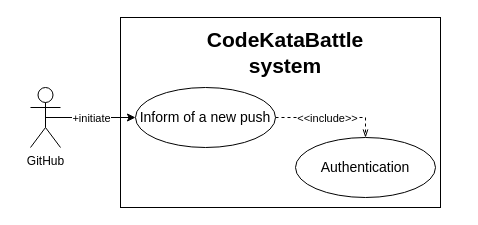
francescospangaro/SpangaroTosettiRiccardi keeps this draw.io diagram as RASDwip/ExtraFiles/Drawio/Case/CaseDiagramGitHub.drawio. Above is the earlier version. Source tidied: cells renumbered, new cells numbered last; positions are measured from the earlier drawing's top-left corner, leaving out a move shared by most shapes. Both pictures are drawn from the tidied source at 100%, with x=0, y=0 at pixel (30, 17).
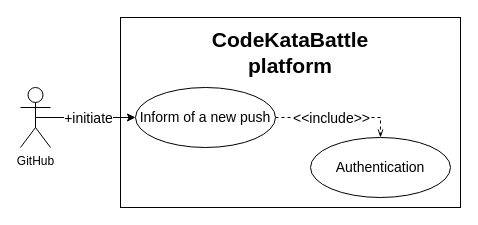
Above is the later version.

The edit, as a diff of the source:
```diff
@@
 <mxGraphModel>
   <root>
     <mxCell id="0" />
     <mxCell id="1" parent="0" />
     <mxCell id="2" style="rounded=0;whiteSpace=wrap;html=1;" parent="1" vertex="1">
-      <mxGeometry x="90" width="320" height="190" as="geometry" />
+      <mxGeometry x="90" width="340" height="190" as="geometry" />
     </mxCell>
-    <mxCell id="3" value="CodeKataBattle system" style="text;html=1;strokeColor=none;fillColor=none;align=center;verticalAlign=middle;whiteSpace=wrap;rounded=0;fontSize=21;fontStyle=1;" parent="1" vertex="1">
-      <mxGeometry x="225" y="20" width="60" height="30" as="geometry" />
+    <mxCell id="3" value="CodeKataBattle platform" style="text;html=1;strokeColor=none;fillColor=none;align=center;verticalAlign=middle;whiteSpace=wrap;rounded=0;fontSize=21;fontStyle=1;" parent="1" vertex="1">
+      <mxGeometry x="230" y="20" width="60" height="30" as="geometry" />
     </mxCell>
     <mxCell id="4" style="edgeStyle=orthogonalEdgeStyle;rounded=0;jettySize=auto;html=1;exitX=1;exitY=0.5;exitDx=0;exitDy=0;entryX=0.5;entryY=0;entryDx=0;entryDy=0;dashed=1;endArrow=openThin;endFill=0;" parent="1" edge="1" source="6" target="10">
       <mxGeometry relative="1" as="geometry" />
     </mxCell>
-    <mxCell id="5" value="&amp;lt;&amp;lt;include&amp;gt;&amp;gt;" style="edgeLabel;html=1;align=center;verticalAlign=middle;" parent="4" vertex="1">
-      <mxGeometry x="-0.07" relative="1" as="geometry" />
+    <mxCell id="5" value="&amp;lt;&amp;lt;include&amp;gt;&amp;gt;" style="edgeLabel;html=1;align=center;verticalAlign=middle;fontSize=14;" parent="4" vertex="1">
+      <mxGeometry x="-0.07" relative="1" as="geometry">
+        <mxPoint x="-3" as="offset" />
+      </mxGeometry>
     </mxCell>
     <mxCell id="6" value="Inform of a new push" style="ellipse;whiteSpace=wrap;html=1;fontSize=14;" parent="1" vertex="1">
       <mxGeometry x="105" y="70" width="140" height="60" as="geometry" />
     </mxCell>
     <mxCell id="7" style="edgeStyle=orthogonalEdgeStyle;rounded=0;jettySize=auto;html=1;entryX=0;entryY=0.5;entryDx=0;entryDy=0;exitX=0.5;exitY=0.5;exitDx=0;exitDy=0;exitPerimeter=0;" parent="1" edge="1" source="9" target="6">
       <mxGeometry relative="1" as="geometry" />
     </mxCell>
-    <mxCell id="8" value="+initiate" style="edgeLabel;html=1;align=center;verticalAlign=middle;" parent="7" vertex="1">
+    <mxCell id="8" value="+initiate" style="edgeLabel;html=1;align=center;verticalAlign=middle;fontSize=14;" parent="7" vertex="1">
       <mxGeometry x="0.4" relative="1" as="geometry">
         <mxPoint x="-18" as="offset" />
       </mxGeometry>
     </mxCell>
     <mxCell id="9" value="GitHub" style="shape=umlActor;verticalLabelPosition=bottom;verticalAlign=top;html=1;outlineConnect=0;" parent="1" vertex="1">
-      <mxGeometry y="70" width="30" height="60" as="geometry" />
+      <mxGeometry x="-10" y="70" width="30" height="60" as="geometry" />
     </mxCell>
     <mxCell id="10" value="Authentication" style="ellipse;whiteSpace=wrap;html=1;fontSize=14;" parent="1" vertex="1">
-      <mxGeometry x="265" y="120" width="140" height="60" as="geometry" />
+      <mxGeometry x="280" y="120" width="140" height="60" as="geometry" />
     </mxCell>
   </root>
 </mxGraphModel>
```
